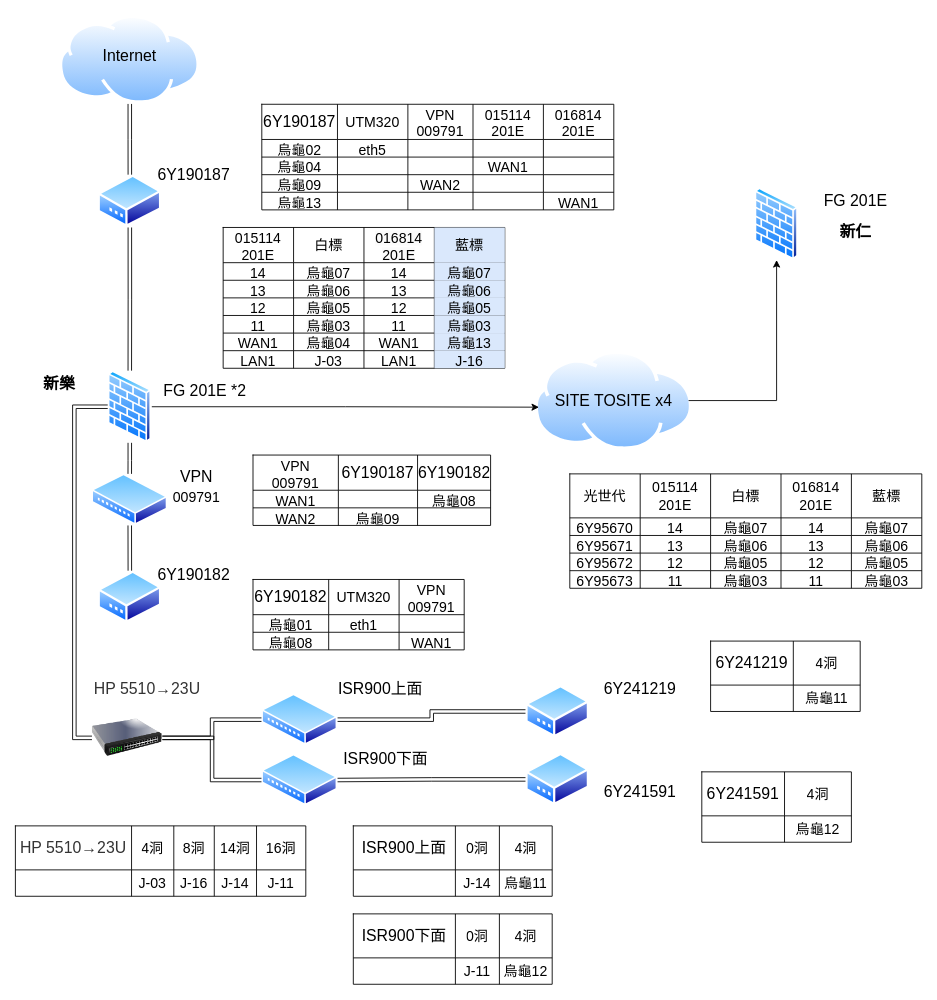
Earlier version of the draw.io diagram 新樂端.drawio (HungYn/drqw). Source tidied: cells renumbered, new cells numbered last; positions are measured from the earlier drawing's top-left corner, leaving out a move shared by most shapes. Both pictures are drawn from the tidied source at 88%, with x=0, y=0 at pixel (15, 15).
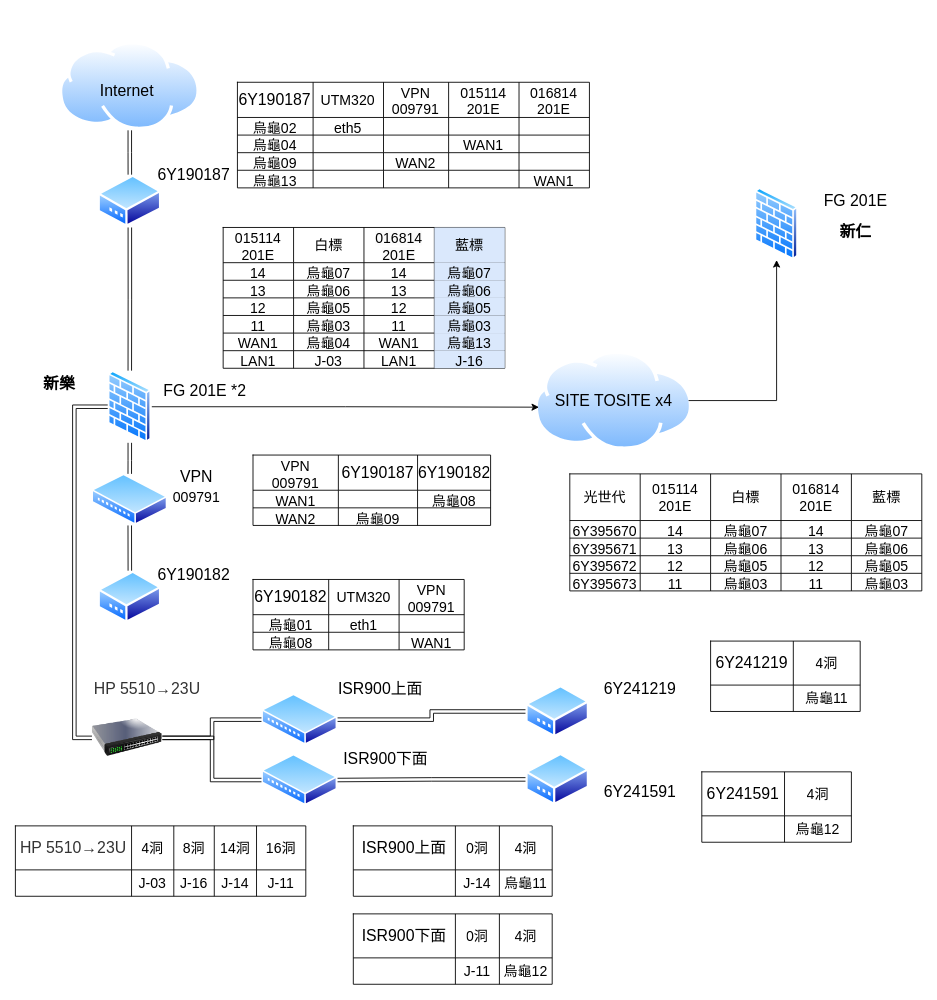
The same page after the edit.

Change to the diagram source:
```diff
@@
     <mxCell id="2" style="group;" parent="1" vertex="1">
-      <mxGeometry x="50" y="65.2" width="160" height="100.8" as="geometry" />
+      <mxGeometry x="50" y="95.2" width="160" height="100.8" as="geometry" />
     </mxCell>
@@
+    <mxCell id="209" value="&lt;font style=&quot;font-size: 18px;&quot;&gt;Internet&lt;/font&gt;" style="text;strokeColor=none;align=center;fillColor=none;html=1;verticalAlign=middle;whiteSpace=wrap;rounded=0;" parent="2" vertex="1">
+      <mxGeometry x="47" y="-24.2" width="60" height="30" as="geometry" />
+    </mxCell>
@@
     <mxCell id="62" style="shape=table;startSize=0;childLayout=tableLayout;fontSize=16;strokeColor=default;align=center;verticalAlign=middle;fontFamily=Helvetica;fontColor=default;fillColor=default;" parent="1" vertex="1">
-      <mxGeometry x="280" y="101" width="400" height="120" as="geometry" />
+      <mxGeometry x="252.3" y="76" width="400" height="120" as="geometry" />
     </mxCell>
@@
     <mxCell id="119" style="shape=table;startSize=0;childLayout=tableLayout;fontSize=16;strokeColor=default;align=center;verticalAlign=middle;fontFamily=Helvetica;fontColor=default;fillColor=default;" parent="1" vertex="1">
-      <mxGeometry x="630" y="521" width="400" height="130" as="geometry" />
+      <mxGeometry x="630" y="521" width="400" height="133" as="geometry" />
     </mxCell>
     <mxCell id="120" style="shape=tableRow;horizontal=0;startSize=0;swimlaneHead=0;swimlaneBody=0;strokeColor=inherit;top=0;left=0;bottom=0;right=0;fillColor=none;fontSize=16;align=center;verticalAlign=middle;fontFamily=Helvetica;fontColor=default;" parent="119" vertex="1">
-      <mxGeometry width="400" height="50" as="geometry" />
+      <mxGeometry width="400" height="53" as="geometry" />
     </mxCell>
     <mxCell id="121" value="光世代" style="shape=partialRectangle;html=1;strokeColor=inherit;overflow=hidden;fillColor=none;top=0;left=0;bottom=0;right=0;fontSize=16;align=center;verticalAlign=middle;fontFamily=Helvetica;fontColor=default;whiteSpace=wrap;" parent="120" vertex="1">
-      <mxGeometry width="80" height="50" as="geometry" />
+      <mxGeometry width="80" height="53" as="geometry" />
     </mxCell>
     <mxCell id="122" value="015114&lt;br&gt;201E" style="shape=partialRectangle;html=1;whiteSpace=wrap;strokeColor=inherit;overflow=hidden;fillColor=none;top=0;left=0;bottom=0;right=0;fontSize=16;align=center;verticalAlign=middle;fontFamily=Helvetica;fontColor=default;" parent="120" vertex="1">
-      <mxGeometry x="80" width="80" height="50" as="geometry" />
+      <mxGeometry x="80" width="80" height="53" as="geometry" />
     </mxCell>
     <mxCell id="123" value="白標" style="shape=partialRectangle;html=1;whiteSpace=wrap;strokeColor=inherit;overflow=hidden;fillColor=none;top=0;left=0;bottom=0;right=0;fontSize=16;align=center;verticalAlign=middle;fontFamily=Helvetica;fontColor=default;" parent="120" vertex="1">
-      <mxGeometry x="160" width="80" height="50" as="geometry" />
+      <mxGeometry x="160" width="80" height="53" as="geometry" />
     </mxCell>
     <mxCell id="124" value="016814&lt;br&gt;201E" style="shape=partialRectangle;html=1;whiteSpace=wrap;strokeColor=inherit;overflow=hidden;fillColor=none;top=0;left=0;bottom=0;right=0;fontSize=16;align=center;verticalAlign=middle;fontFamily=Helvetica;fontColor=default;" parent="120" vertex="1">
-      <mxGeometry x="240" width="80" height="50" as="geometry" />
+      <mxGeometry x="240" width="80" height="53" as="geometry" />
     </mxCell>
     <mxCell id="125" value="藍標" style="shape=partialRectangle;html=1;whiteSpace=wrap;strokeColor=inherit;overflow=hidden;fillColor=none;top=0;left=0;bottom=0;right=0;fontSize=16;align=center;verticalAlign=middle;fontFamily=Helvetica;fontColor=default;" parent="120" vertex="1">
-      <mxGeometry x="320" width="80" height="50" as="geometry" />
+      <mxGeometry x="320" width="80" height="53" as="geometry" />
     </mxCell>
     <mxCell id="126" style="shape=tableRow;horizontal=0;startSize=0;swimlaneHead=0;swimlaneBody=0;strokeColor=inherit;top=0;left=0;bottom=0;right=0;fillColor=none;fontSize=16;align=center;verticalAlign=middle;fontFamily=Helvetica;fontColor=default;" parent="119" vertex="1">
-      <mxGeometry y="50" width="400" height="20" as="geometry" />
+      <mxGeometry y="53" width="400" height="20" as="geometry" />
     </mxCell>
-    <mxCell id="127" value="6Y95670" style="shape=partialRectangle;html=1;strokeColor=inherit;overflow=hidden;fillColor=none;top=0;left=0;bottom=0;right=0;fontSize=16;align=center;verticalAlign=middle;fontFamily=Helvetica;fontColor=default;whiteSpace=wrap;" parent="126" vertex="1">
+    <mxCell id="127" value="6Y395670" style="shape=partialRectangle;html=1;strokeColor=inherit;overflow=hidden;fillColor=none;top=0;left=0;bottom=0;right=0;fontSize=16;align=center;verticalAlign=middle;fontFamily=Helvetica;fontColor=default;whiteSpace=wrap;" parent="126" vertex="1">
       <mxGeometry width="80" height="20" as="geometry" />
     </mxCell>
@@
     <mxCell id="132" style="shape=tableRow;horizontal=0;startSize=0;swimlaneHead=0;swimlaneBody=0;strokeColor=inherit;top=0;left=0;bottom=0;right=0;fillColor=none;fontSize=16;align=center;verticalAlign=middle;fontFamily=Helvetica;fontColor=default;" parent="119" vertex="1">
-      <mxGeometry y="70" width="400" height="20" as="geometry" />
+      <mxGeometry y="73" width="400" height="20" as="geometry" />
     </mxCell>
-    <mxCell id="133" value="6Y95671" style="shape=partialRectangle;html=1;whiteSpace=wrap;strokeColor=inherit;overflow=hidden;fillColor=none;top=0;left=0;bottom=0;right=0;fontSize=16;align=center;verticalAlign=middle;fontFamily=Helvetica;fontColor=default;" parent="132" vertex="1">
+    <mxCell id="133" value="6Y395671" style="shape=partialRectangle;html=1;whiteSpace=wrap;strokeColor=inherit;overflow=hidden;fillColor=none;top=0;left=0;bottom=0;right=0;fontSize=16;align=center;verticalAlign=middle;fontFamily=Helvetica;fontColor=default;" parent="132" vertex="1">
       <mxGeometry width="80" height="20" as="geometry" />
     </mxCell>
@@
     <mxCell id="138" style="shape=tableRow;horizontal=0;startSize=0;swimlaneHead=0;swimlaneBody=0;strokeColor=inherit;top=0;left=0;bottom=0;right=0;fillColor=none;fontSize=16;align=center;verticalAlign=middle;fontFamily=Helvetica;fontColor=default;" parent="119" vertex="1">
-      <mxGeometry y="90" width="400" height="20" as="geometry" />
+      <mxGeometry y="93" width="400" height="20" as="geometry" />
     </mxCell>
-    <mxCell id="139" value="6Y95672" style="shape=partialRectangle;html=1;whiteSpace=wrap;strokeColor=inherit;overflow=hidden;fillColor=none;top=0;left=0;bottom=0;right=0;fontSize=16;align=center;verticalAlign=middle;fontFamily=Helvetica;fontColor=default;" parent="138" vertex="1">
+    <mxCell id="139" value="6Y395672" style="shape=partialRectangle;html=1;whiteSpace=wrap;strokeColor=inherit;overflow=hidden;fillColor=none;top=0;left=0;bottom=0;right=0;fontSize=16;align=center;verticalAlign=middle;fontFamily=Helvetica;fontColor=default;" parent="138" vertex="1">
       <mxGeometry width="80" height="20" as="geometry" />
     </mxCell>
@@
     <mxCell id="144" style="shape=tableRow;horizontal=0;startSize=0;swimlaneHead=0;swimlaneBody=0;strokeColor=inherit;top=0;left=0;bottom=0;right=0;fillColor=none;fontSize=16;align=center;verticalAlign=middle;fontFamily=Helvetica;fontColor=default;" parent="119" vertex="1">
-      <mxGeometry y="110" width="400" height="20" as="geometry" />
+      <mxGeometry y="113" width="400" height="20" as="geometry" />
     </mxCell>
-    <mxCell id="145" value="6Y95673" style="shape=partialRectangle;html=1;whiteSpace=wrap;strokeColor=inherit;overflow=hidden;fillColor=none;top=0;left=0;bottom=0;right=0;fontSize=16;align=center;verticalAlign=middle;fontFamily=Helvetica;fontColor=default;" parent="144" vertex="1">
+    <mxCell id="145" value="6Y395673" style="shape=partialRectangle;html=1;whiteSpace=wrap;strokeColor=inherit;overflow=hidden;fillColor=none;top=0;left=0;bottom=0;right=0;fontSize=16;align=center;verticalAlign=middle;fontFamily=Helvetica;fontColor=default;" parent="144" vertex="1">
       <mxGeometry width="80" height="20" as="geometry" />
     </mxCell>
@@
-    <mxCell id="209" value="&lt;font style=&quot;font-size: 18px;&quot;&gt;Internet&lt;/font&gt;" style="text;strokeColor=none;align=center;fillColor=none;html=1;verticalAlign=middle;whiteSpace=wrap;rounded=0;" parent="1" vertex="1">
-      <mxGeometry x="100" y="31" width="60" height="30" as="geometry" />
-    </mxCell>
```
